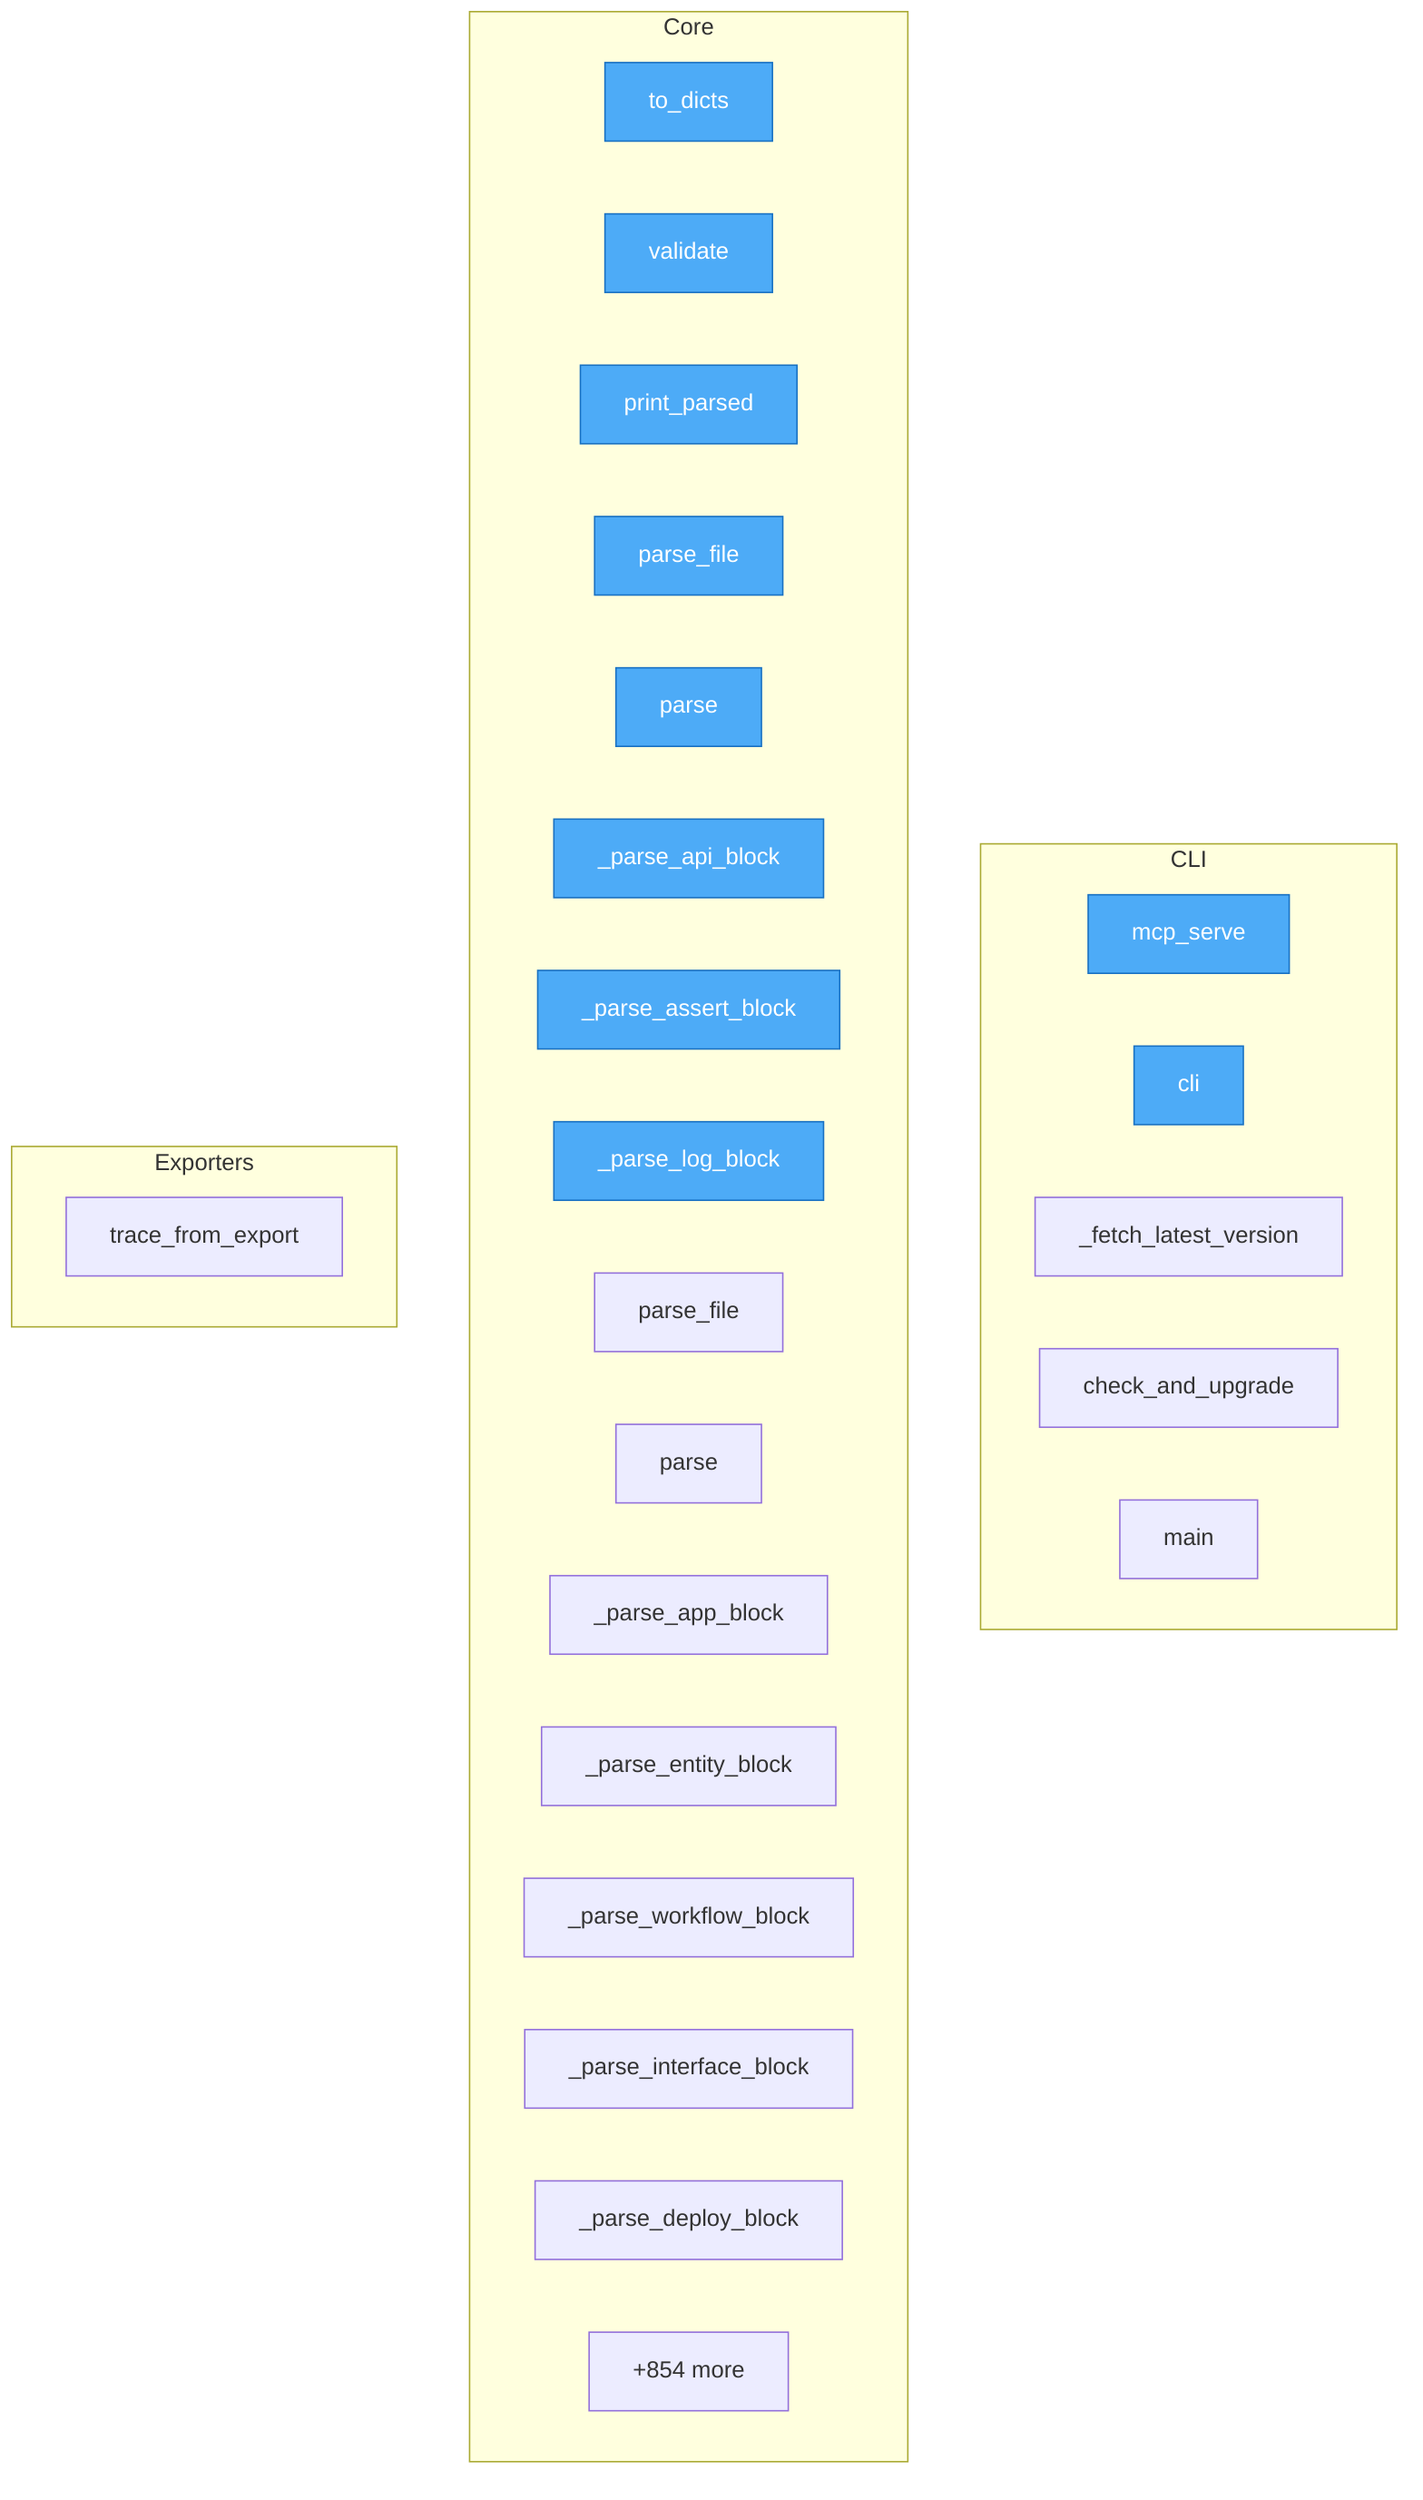
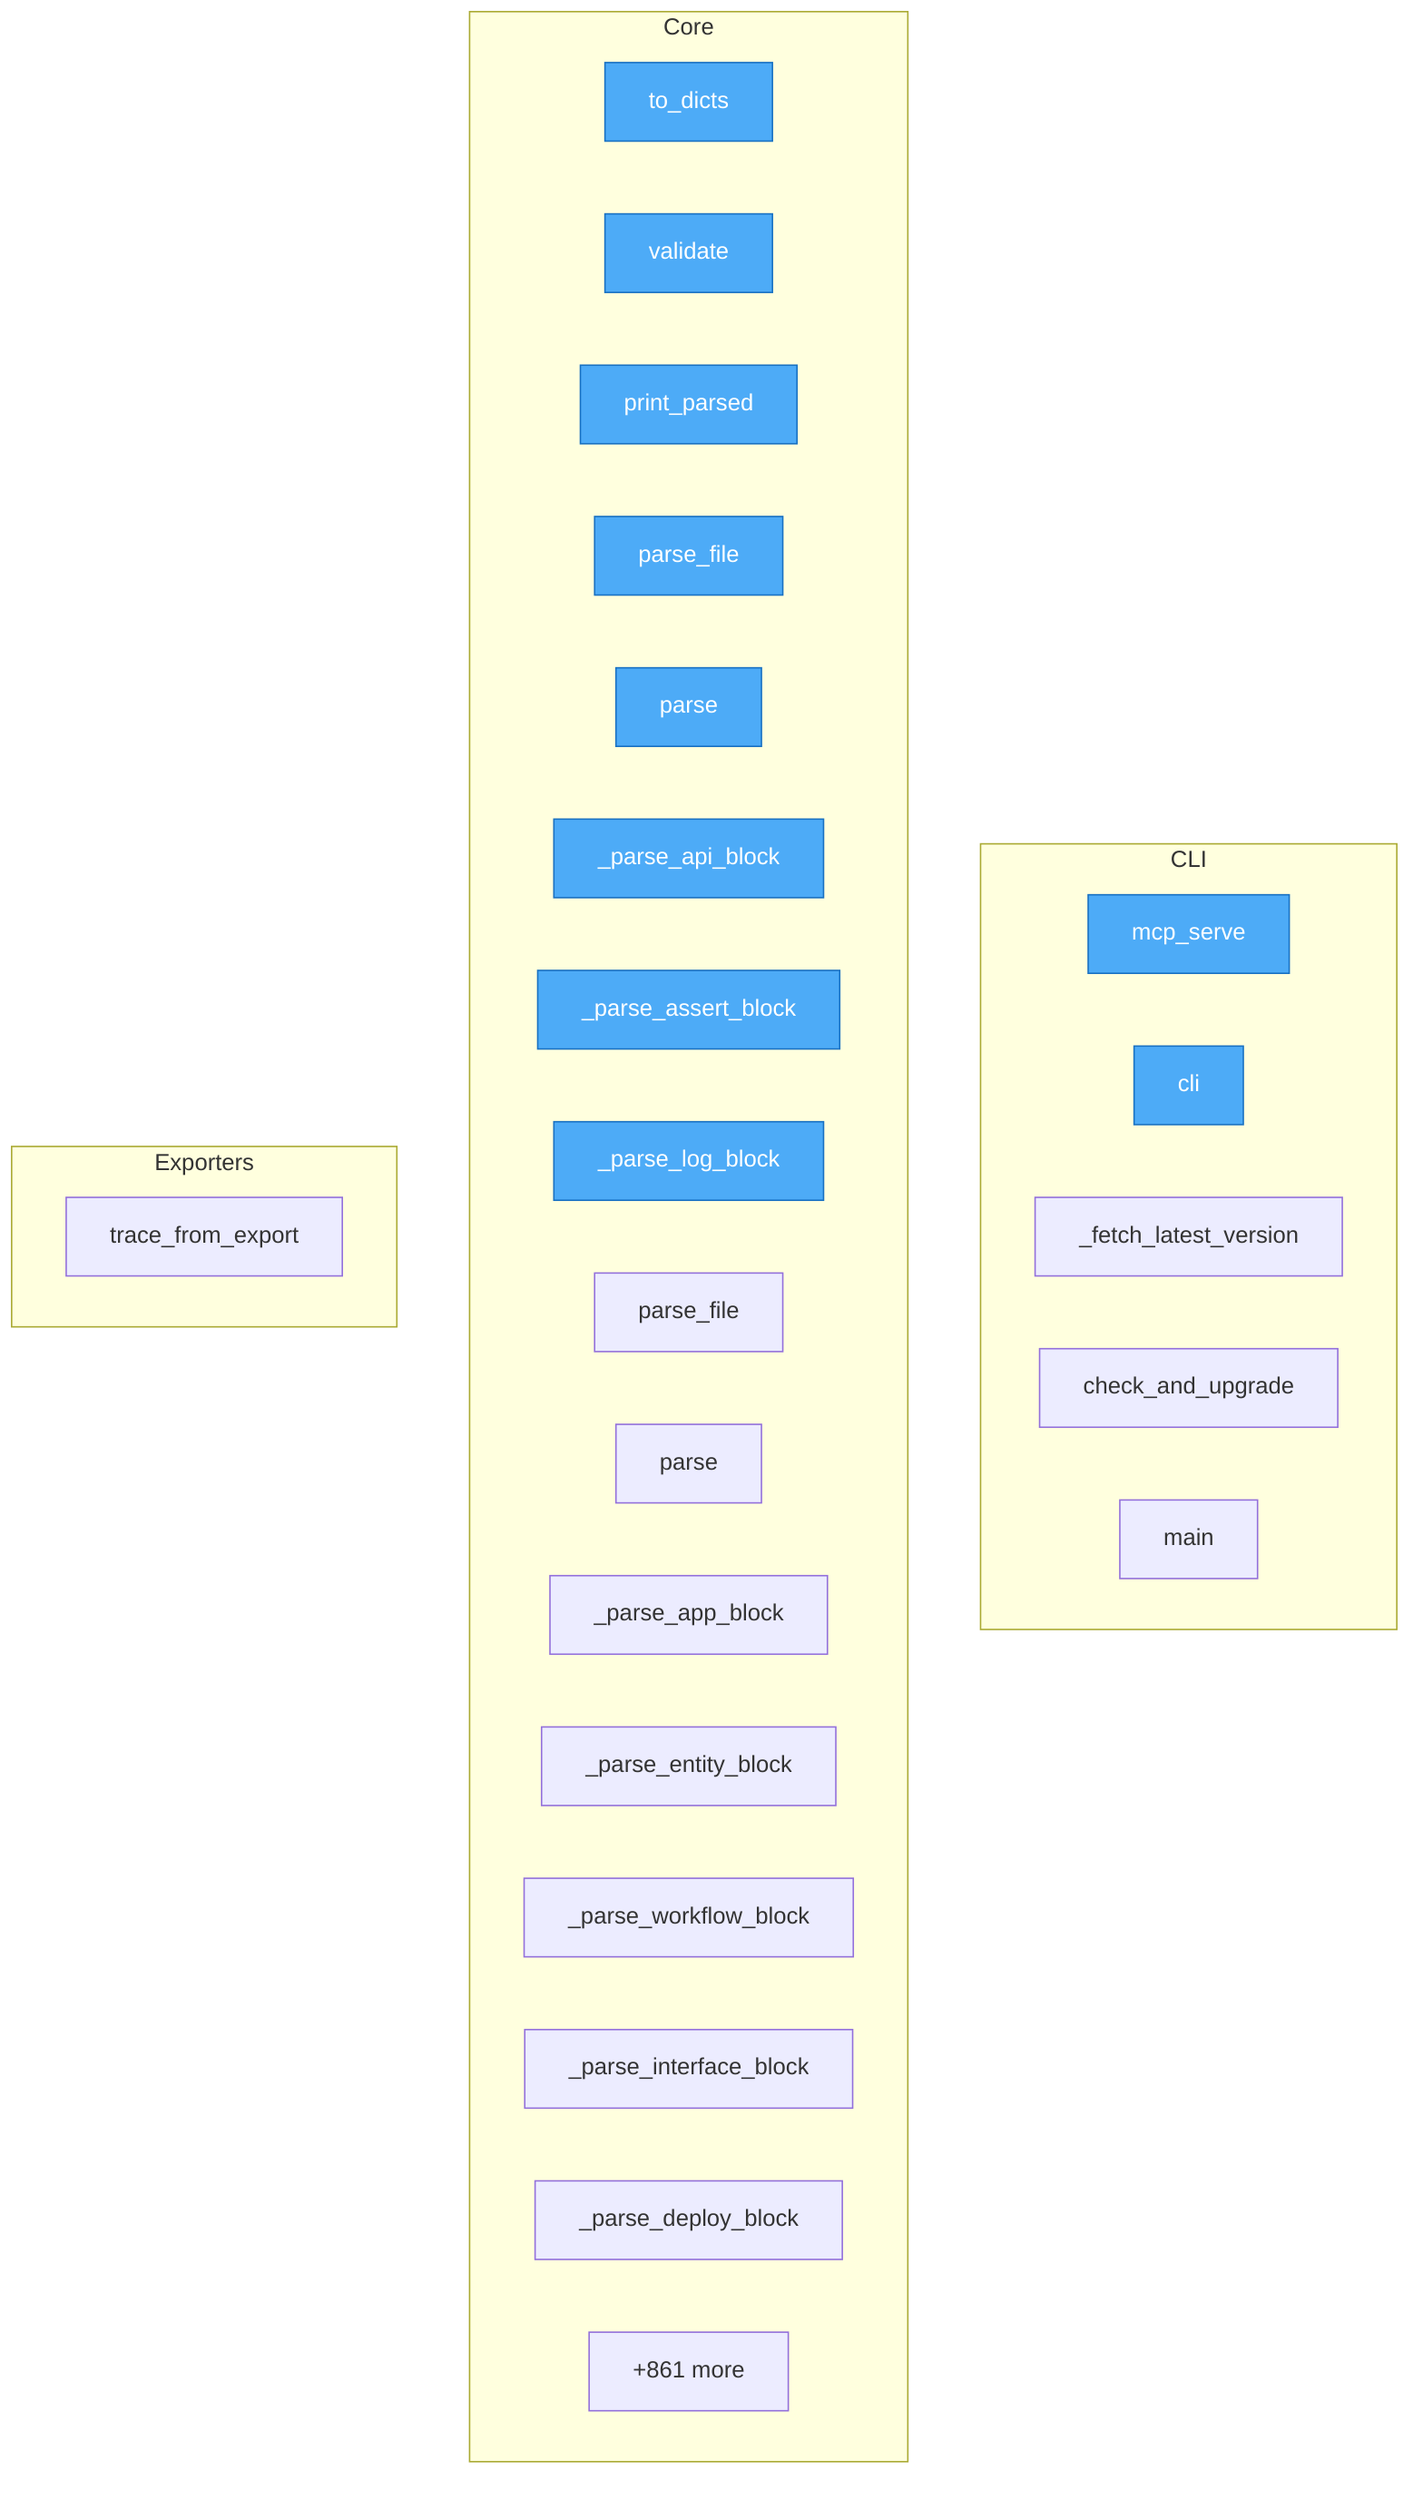
flowchart TD
%% generated in 0.03s

    %% Entry points (blue)
    classDef entry fill:#4dabf7,stroke:#1971c2,color:#fff

    subgraph CLI
        testql__cli__mcp_serve["mcp_serve"]
        testql__cli__cli["cli"]
        testql__cli___fetch_latest_version["_fetch_latest_version"]
        testql__cli__check_and_upgrade["check_and_upgrade"]
        testql__cli__main["main"]
    end

    subgraph Core
        TODO__testtoon_parser__Section__to_dicts["to_dicts"]
        TODO__testtoon_parser__Section__validate["validate"]
        TODO__testtoon_parser__print_parsed["print_parsed"]
        testql__toon_parser__ToonParser__parse_file["parse_file"]
        testql__toon_parser__ToonParser__parse["parse"]
        testql__toon_parser__ToonParser___parse_api_block["_parse_api_block"]
        testql__toon_parser__ToonParser___parse_assert_block["_parse_assert_block"]
        testql__toon_parser__ToonParser___parse_log_block["_parse_log_block"]
        testql__doql_parser__DoqlParser__parse_file["parse_file"]
        testql__doql_parser__DoqlParser__parse["parse"]
        testql__doql_parser__DoqlParser___parse_app_block["_parse_app_block"]
        testql__doql_parser__DoqlParser___parse_entity_block["_parse_entity_block"]
        testql__doql_parser__DoqlParser___parse_workflow_block["_parse_workflow_block"]
        testql__doql_parser__DoqlParser___parse_interface_block["_parse_interface_block"]
        testql__doql_parser__DoqlParser___parse_deploy_block["_parse_deploy_block"]
-         ...["+854 more"]
+         ...["+861 more"]
    end

    subgraph Exporters
        testql__generators__conversation_generator__trace_from_export["trace_from_export"]
    end

    class TODO__testtoon_parser__Section__to_dicts,TODO__testtoon_parser__Section__validate,TODO__testtoon_parser__print_parsed,testql__toon_parser__ToonParser__parse_file,testql__toon_parser__ToonParser__parse,testql__toon_parser__ToonParser___parse_api_block,testql__toon_parser__ToonParser___parse_assert_block,testql__toon_parser__ToonParser___parse_log_block,testql__cli__mcp_serve,testql__cli__cli entry
